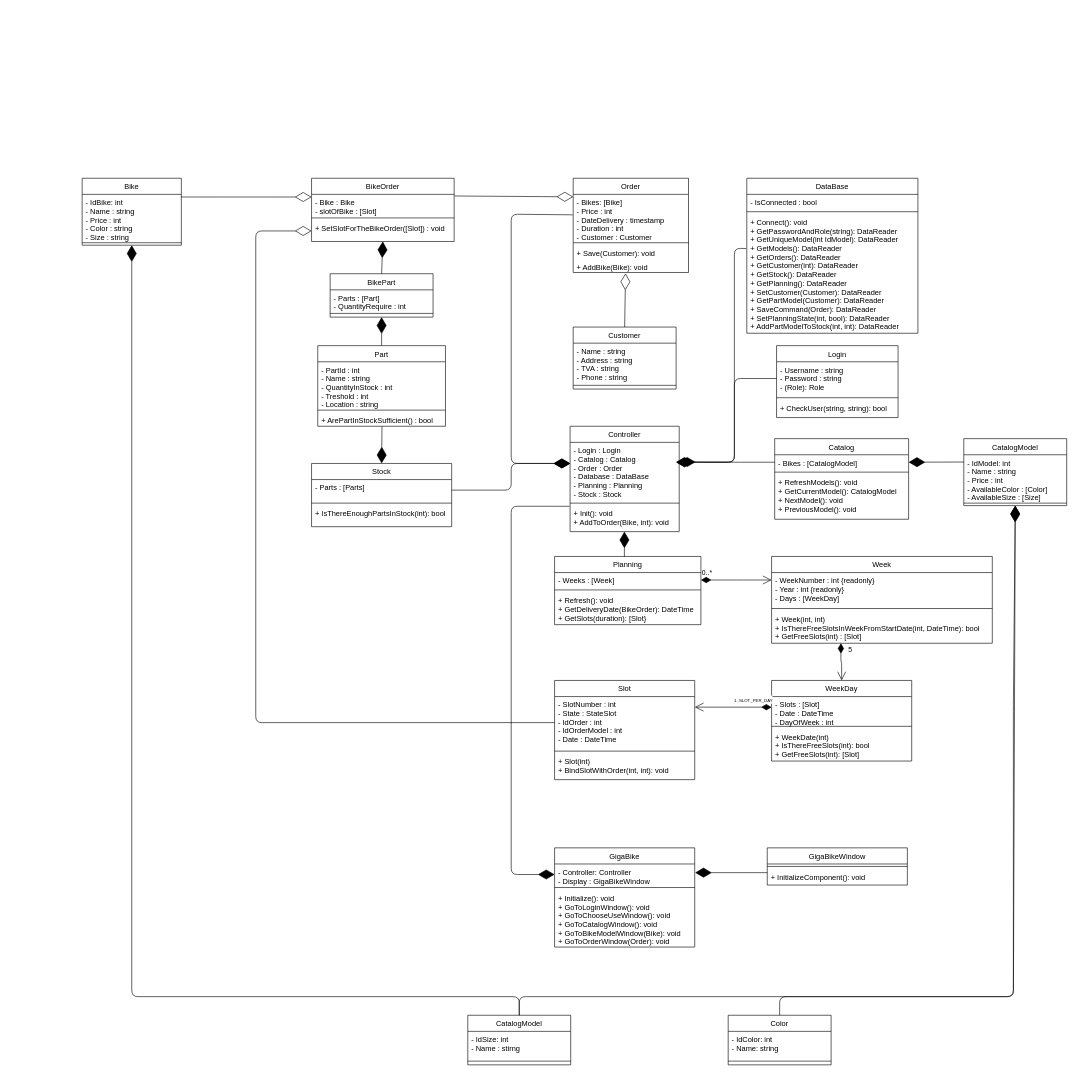
Before: Diagrams/ClassDiagram.drawio in alex210501/GigaBike, a draw.io diagram. Source tidied: cells renumbered, new cells numbered last; positions are measured from the earlier drawing's top-left corner, leaving out a move shared by most shapes. Both pictures are drawn from the tidied source at 62%, with x=0, y=0 at pixel (82, 178).
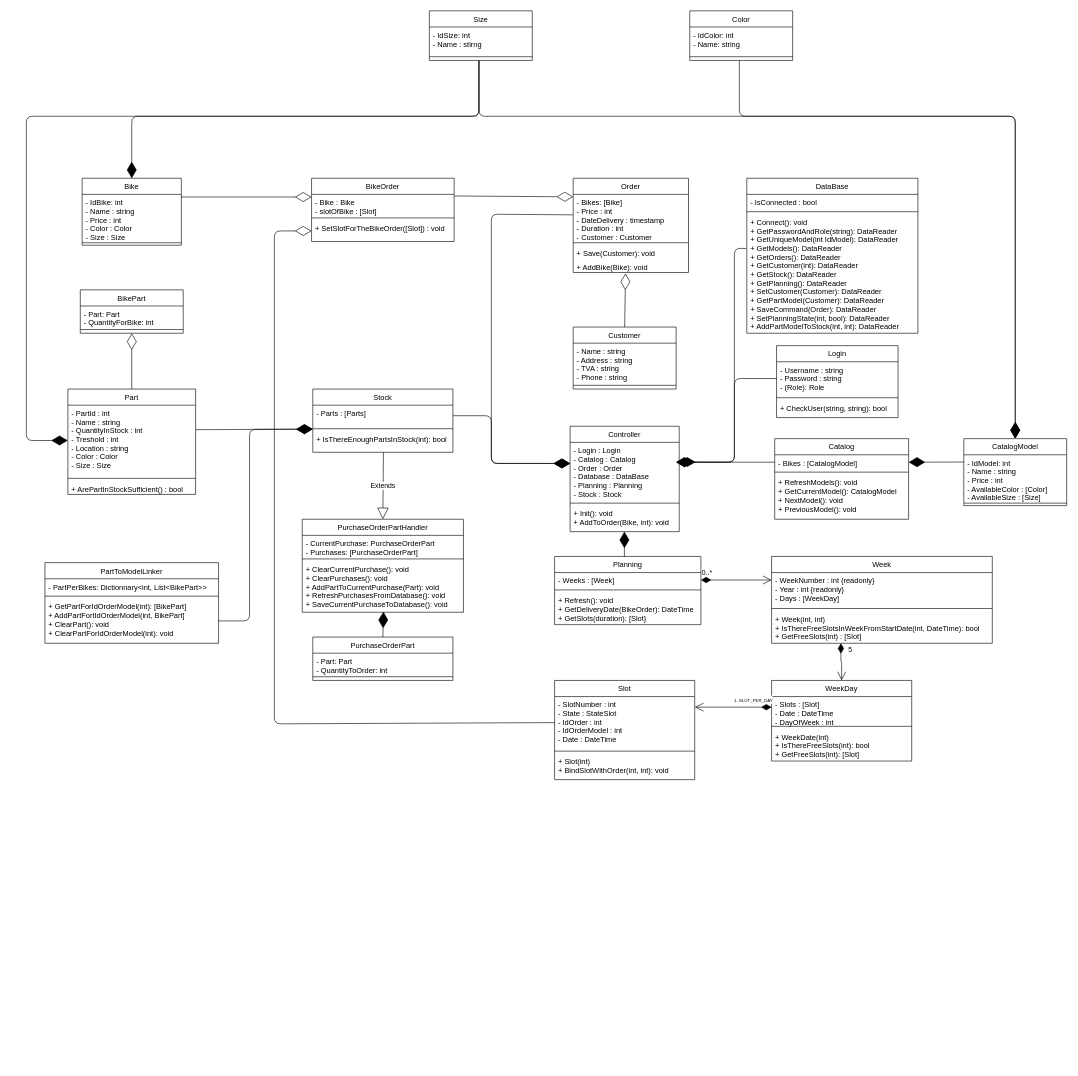
Above is the later version.

Commit message (it also covers changes not shown here):
Add the PartToOrderModelLinker, PurchaseOrderPartHandler, PurchaseOrderPart to the ClassDiagram

The change refers to these unchanged cells:
```xml
<mxCell id="3" value="- Bikes: [Bike]&#10;- Price : int&#10;- DateDelivery : timestamp&#10;- Duration : int&#10;- Customer : Customer" style="text;align=left;verticalAlign=top;spacingLeft=4;spacingRight=4;overflow=hidden;points=[[0,0.5],[1,0.5]];portConstraint=eastwest;" parent="2" vertex="1">
  <mxGeometry y="26" width="186" height="74" as="geometry" />
</mxCell>
<mxCell id="23" value="Bike" style="swimlane;fontStyle=0;align=center;verticalAlign=top;horizontal=1;startSize=26;rounded=0;shadow=0;strokeWidth=1;" parent="1" vertex="1">
  <mxGeometry width="160" height="108" as="geometry" />
</mxCell>
<mxCell id="27" value="- Login : Login&#10;- Catalog : Catalog&#10;- Order : Order&#10;- Database : DataBase&#10;- Planning : Planning&#10;- Stock : Stock" style="text;align=left;verticalAlign=top;spacingLeft=4;spacingRight=4;overflow=hidden;points=[[0,0.5],[1,0.5]];portConstraint=eastwest;" parent="26" vertex="1">
  <mxGeometry y="26" width="176" height="94" as="geometry" />
</mxCell>
<mxCell id="29" value="+ Init(): void&#10;+ AddToOrder(Bike, int): void" style="text;align=left;verticalAlign=top;spacingLeft=4;spacingRight=4;overflow=hidden;points=[[0,0.5],[1,0.5]];portConstraint=eastwest;" parent="26" vertex="1">
  <mxGeometry y="128" width="176" height="42" as="geometry" />
</mxCell>
<mxCell id="48" value="CatalogModel" style="swimlane;fontStyle=0;align=center;verticalAlign=top;horizontal=1;startSize=26;rounded=0;shadow=0;strokeWidth=1;" parent="1" vertex="1">
  <mxGeometry x="1422" y="420" width="166" height="108" as="geometry" />
</mxCell>
<mxCell id="61" value="BikeOrder" style="swimlane;fontStyle=0;align=center;verticalAlign=top;horizontal=1;startSize=26;rounded=0;shadow=0;strokeWidth=1;" parent="1" vertex="1">
  <mxGeometry x="370" width="230" height="102" as="geometry" />
</mxCell>
<mxCell id="64" value="+ SetSlotForTheBikeOrder([Slot]) : void&#10;" style="text;align=left;verticalAlign=top;spacingLeft=4;spacingRight=4;overflow=hidden;points=[[0,0.5],[1,0.5]];portConstraint=eastwest;" parent="61" vertex="1">
  <mxGeometry y="68" width="230" height="34" as="geometry" />
</mxCell>
<mxCell id="75" value="- SlotNumber : int&#10;- State : StateSlot&#10;- IdOrder : int&#10;- IdOrderModel : int&#10;- Date : DateTime" style="text;align=left;verticalAlign=top;spacingLeft=4;spacingRight=4;overflow=hidden;points=[[0,0.5],[1,0.5]];portConstraint=eastwest;" parent="74" vertex="1">
  <mxGeometry y="26" width="226" height="84" as="geometry" />
</mxCell>
<mxCell id="89" value="- Parts : [Parts]" style="text;align=left;verticalAlign=top;spacingLeft=4;spacingRight=4;overflow=hidden;points=[[0,0.5],[1,0.5]];portConstraint=eastwest;" parent="88" vertex="1">
  <mxGeometry y="26" width="226" height="34" as="geometry" />
</mxCell>
<mxCell id="90" style="line;html=1;strokeWidth=1;align=left;verticalAlign=middle;spacingTop=-1;spacingLeft=3;spacingRight=3;labelPosition=right;points=[];portConstraint=eastwest;" parent="88" vertex="1">
  <mxGeometry y="60" width="226" height="8" as="geometry" />
</mxCell>
<mxCell id="91" value="+ IsThereEnoughPartsInStock(int): bool" style="text;align=left;verticalAlign=top;spacingLeft=4;spacingRight=4;overflow=hidden;points=[[0,0.5],[1,0.5]];portConstraint=eastwest;" parent="88" vertex="1">
  <mxGeometry y="68" width="226" height="34" as="geometry" />
</mxCell>
```

Change to the diagram source:
```diff
@@
-    <mxCell id="24" value="- IdBike: int&#10;- Name : string&#10;- Price : int&#10;- Color : string&#10;- Size : string" style="text;align=left;verticalAlign=top;spacingLeft=4;spacingRight=4;overflow=hidden;points=[[0,0.5],[1,0.5]];portConstraint=eastwest;" parent="23" vertex="1">
+    <mxCell id="24" value="- IdBike: int&#10;- Name : string&#10;- Price : int&#10;- Color : Color&#10;- Size : Size" style="text;align=left;verticalAlign=top;spacingLeft=4;spacingRight=4;overflow=hidden;points=[[0,0.5],[1,0.5]];portConstraint=eastwest;" parent="23" vertex="1">
       <mxGeometry y="26" width="160" height="74" as="geometry" />
     </mxCell>
@@
-    <mxCell id="30" value="GigaBike" style="swimlane;fontStyle=0;align=center;verticalAlign=top;horizontal=1;startSize=26;rounded=0;shadow=0;strokeWidth=1;" parent="1" vertex="1">
-      <mxGeometry x="762" y="1080" width="226" height="160" as="geometry" />
-    </mxCell>
-    <mxCell id="31" value="- Controller: Controller&#10;- Display : GigaBikeWindow" style="text;align=left;verticalAlign=top;spacingLeft=4;spacingRight=4;overflow=hidden;points=[[0,0.5],[1,0.5]];portConstraint=eastwest;" parent="30" vertex="1">
-      <mxGeometry y="26" width="226" height="34" as="geometry" />
-    </mxCell>
-    <mxCell id="32" style="line;html=1;strokeWidth=1;align=left;verticalAlign=middle;spacingTop=-1;spacingLeft=3;spacingRight=3;labelPosition=right;" parent="30" vertex="1">
-      <mxGeometry y="60" width="226" height="8" as="geometry" />
-    </mxCell>
-    <mxCell id="33" value="+ Initialize(): void&#10;+ GoToLoginWindow(): void&#10;+ GoToChooseUseWindow(): void&#10;+ GoToCatalogWindow(): void&#10;+ GoToBikeModelWindow(Bike): void&#10;+ GoToOrderWindow(Order): void&#10;" style="text;align=left;verticalAlign=top;spacingLeft=4;spacingRight=4;overflow=hidden;" parent="30" vertex="1">
-      <mxGeometry y="68" width="226" height="92" as="geometry" />
-    </mxCell>
-    <mxCell id="34" value="GigaBikeWindow" style="swimlane;fontStyle=0;align=center;verticalAlign=top;horizontal=1;startSize=26;rounded=0;shadow=0;strokeWidth=1;" parent="1" vertex="1">
-      <mxGeometry x="1105" y="1080" width="226" height="60" as="geometry" />
-    </mxCell>
-    <mxCell id="35" style="line;html=1;strokeWidth=1;align=left;verticalAlign=middle;spacingTop=-1;spacingLeft=3;spacingRight=3;labelPosition=right;" parent="34" vertex="1">
-      <mxGeometry y="26" width="226" height="8" as="geometry" />
-    </mxCell>
-    <mxCell id="36" value="+ InitializeComponent(): void" style="text;align=left;verticalAlign=top;spacingLeft=4;spacingRight=4;overflow=hidden;points=[[0,0.5],[1,0.5]];portConstraint=eastwest;" parent="34" vertex="1">
-      <mxGeometry y="34" width="226" height="26" as="geometry" />
-    </mxCell>
-    <mxCell id="37" style="endArrow=diamondThin;endFill=1;endSize=24;html=1;entryX=1.003;entryY=0.412;entryDx=0;entryDy=0;exitX=0;exitY=0.231;exitDx=0;exitDy=0;exitPerimeter=0;entryPerimeter=0;" parent="1" edge="1" source="36" target="31">
-      <mxGeometry relative="1" as="geometry" />
-    </mxCell>
@@
     <mxCell id="41" style="endArrow=diamondThin;endFill=1;endSize=24;html=1;exitX=-0.004;exitY=0.446;exitDx=0;exitDy=0;exitPerimeter=0;" parent="1" edge="1" source="3">
       <mxGeometry relative="1" as="geometry">
         <mxPoint x="787" y="460" as="targetPoint" />
         <Array as="points">
-          <mxPoint x="692" y="58" />
-          <mxPoint x="692" y="460" />
+          <mxPoint x="660" y="58" />
+          <mxPoint x="660" y="460" />
         </Array>
       </mxGeometry>
     </mxCell>
@@
-    <mxCell id="47" style="endArrow=diamondThin;endFill=1;endSize=24;html=1;exitX=-0.005;exitY=0.026;exitDx=0;exitDy=0;entryX=0;entryY=0.5;entryDx=0;entryDy=0;exitPerimeter=0;" parent="1" edge="1" source="29" target="31">
-      <mxGeometry relative="1" as="geometry">
-        <Array as="points">
-          <mxPoint x="692" y="529" />
-          <mxPoint x="692" y="1123" />
-        </Array>
-      </mxGeometry>
-    </mxCell>
@@
-    <mxCell id="52" value="CatalogModel" style="swimlane;fontStyle=0;align=center;verticalAlign=top;horizontal=1;startSize=26;rounded=0;shadow=0;strokeWidth=1;" parent="1" vertex="1">
-      <mxGeometry x="622" y="1350" width="166" height="80" as="geometry" />
+    <mxCell id="52" value="Size" style="swimlane;fontStyle=0;align=center;verticalAlign=top;horizontal=1;startSize=26;rounded=0;shadow=0;strokeWidth=1;" parent="1" vertex="1">
+      <mxGeometry x="560" y="-270" width="166" height="80" as="geometry" />
     </mxCell>
@@
     <mxCell id="55" value="Color" style="swimlane;fontStyle=0;align=center;verticalAlign=top;horizontal=1;startSize=26;rounded=0;shadow=0;strokeWidth=1;" parent="1" vertex="1">
-      <mxGeometry x="1042" y="1350" width="166" height="80" as="geometry" />
+      <mxGeometry x="980" y="-270" width="166" height="80" as="geometry" />
     </mxCell>
@@
-    <mxCell id="58" style="endArrow=diamondThin;endFill=1;endSize=24;html=1;entryX=0.5;entryY=1;entryDx=0;entryDy=0;exitX=0.5;exitY=0;exitDx=0;exitDy=0;" parent="1" edge="1" source="55" target="48">
+    <mxCell id="58" style="endArrow=diamondThin;endFill=1;endSize=24;html=1;entryX=0.5;entryY=0;entryDx=0;entryDy=0;" parent="1" edge="1" target="48">
       <mxGeometry relative="1" as="geometry">
+        <mxPoint x="1060" y="-190" as="sourcePoint" />
         <Array as="points">
-          <mxPoint x="1125" y="1320" />
-          <mxPoint x="1502" y="1320" />
-          <mxPoint x="1502" y="850" />
+          <mxPoint x="1060" y="-100" />
+          <mxPoint x="1505" y="-100" />
         </Array>
       </mxGeometry>
     </mxCell>
-    <mxCell id="59" style="endArrow=diamondThin;endFill=1;endSize=24;html=1;exitX=0.5;exitY=0;exitDx=0;exitDy=0;entryX=0.5;entryY=1;entryDx=0;entryDy=0;" parent="1" edge="1" source="52" target="48">
+    <mxCell id="59" style="endArrow=diamondThin;endFill=1;endSize=24;html=1;entryX=0.5;entryY=0;entryDx=0;entryDy=0;" parent="1" edge="1" target="48">
       <mxGeometry relative="1" as="geometry">
+        <mxPoint x="640" y="-190" as="sourcePoint" />
         <Array as="points">
-          <mxPoint x="705" y="1320" />
-          <mxPoint x="1502" y="1320" />
+          <mxPoint x="640" y="-100" />
+          <mxPoint x="1505" y="-100" />
         </Array>
       </mxGeometry>
     </mxCell>
-    <mxCell id="60" style="endArrow=diamondThin;endFill=1;endSize=24;html=1;entryX=0.5;entryY=1;entryDx=0;entryDy=0;exitX=0.5;exitY=0;exitDx=0;exitDy=0;" parent="1" edge="1" source="52" target="23">
+    <mxCell id="60" style="endArrow=diamondThin;endFill=1;endSize=24;html=1;entryX=0.5;entryY=0;entryDx=0;entryDy=0;" parent="1" edge="1" target="23">
       <mxGeometry relative="1" as="geometry">
+        <mxPoint x="640" y="-190" as="sourcePoint" />
         <Array as="points">
-          <mxPoint x="705" y="1320" />
-          <mxPoint x="80" y="1320" />
+          <mxPoint x="640" y="-100" />
+          <mxPoint x="80" y="-100" />
         </Array>
       </mxGeometry>
     </mxCell>
@@
     <mxCell id="81" value="BikePart" style="swimlane;fontStyle=0;align=center;verticalAlign=top;horizontal=1;startSize=26;rounded=0;shadow=0;strokeWidth=1;" parent="1" vertex="1">
-      <mxGeometry x="400" y="154" width="166" height="70" as="geometry" />
+      <mxGeometry x="-3" y="180" width="166" height="70" as="geometry" />
     </mxCell>
-    <mxCell id="82" value="- Parts : [Part]&#10;- QuantityRequire : int" style="text;align=left;verticalAlign=top;spacingLeft=4;spacingRight=4;overflow=hidden;" parent="81" vertex="1">
+    <mxCell id="82" value="- Part: Part&#10;- QuantityForBike: int" style="text;align=left;verticalAlign=top;spacingLeft=4;spacingRight=4;overflow=hidden;" parent="81" vertex="1">
       <mxGeometry y="26" width="166" height="34" as="geometry" />
     </mxCell>
@@
     <mxCell id="84" value="Part" style="swimlane;fontStyle=0;align=center;verticalAlign=top;horizontal=1;startSize=26;rounded=0;shadow=0;strokeWidth=1;" parent="1" vertex="1">
-      <mxGeometry x="380" y="270" width="206" height="130" as="geometry" />
+      <mxGeometry x="-23" y="340" width="206" height="170" as="geometry" />
     </mxCell>
-    <mxCell id="85" value="- PartId : int&#10;- Name : string&#10;- QuantityInStock : int&#10;- Treshold : int&#10;- Location : string" style="text;align=left;verticalAlign=top;spacingLeft=4;spacingRight=4;overflow=hidden;points=[[0,0.5],[1,0.5]];portConstraint=eastwest;" parent="84" vertex="1">
-      <mxGeometry y="26" width="206" height="74" as="geometry" />
+    <mxCell id="85" value="- PartId : int&#10;- Name : string&#10;- QuantityInStock : int&#10;- Treshold : int&#10;- Location : string&#10;- Color : Color&#10;- Size : Size" style="text;align=left;verticalAlign=top;spacingLeft=4;spacingRight=4;overflow=hidden;points=[[0,0.5],[1,0.5]];portConstraint=eastwest;" parent="84" vertex="1">
+      <mxGeometry y="26" width="206" height="114" as="geometry" />
     </mxCell>
     <mxCell id="86" style="line;html=1;strokeWidth=1;align=left;verticalAlign=middle;spacingTop=-1;spacingLeft=3;spacingRight=3;labelPosition=right;" parent="84" vertex="1">
-      <mxGeometry y="100" width="206" height="8" as="geometry" />
+      <mxGeometry y="140" width="206" height="8" as="geometry" />
     </mxCell>
     <mxCell id="87" value="+ ArePartInStockSufficient() : bool" style="text;align=left;verticalAlign=top;spacingLeft=4;spacingRight=4;overflow=hidden;points=[[0,0.5],[1,0.5]];portConstraint=eastwest;" parent="84" vertex="1">
-      <mxGeometry y="108" width="206" height="22" as="geometry" />
+      <mxGeometry y="148" width="206" height="22" as="geometry" />
     </mxCell>
     <mxCell id="88" value="Stock" style="swimlane;fontStyle=0;align=center;verticalAlign=top;horizontal=1;startSize=26;rounded=0;shadow=0;strokeWidth=1;" parent="1" vertex="1">
-      <mxGeometry x="370" y="460" width="226" height="102" as="geometry" />
+      <mxGeometry x="372" y="340" width="226" height="102" as="geometry" />
     </mxCell>
@@
-    <mxCell id="92" style="endArrow=diamondThin;endFill=1;endSize=24;html=1;exitX=0.5;exitY=0;exitDx=0;exitDy=0;entryX=0.5;entryY=1;entryDx=0;entryDy=0;" parent="1" edge="1" source="81" target="61">
-      <mxGeometry relative="1" as="geometry" />
-    </mxCell>
-    <mxCell id="93" style="endArrow=diamondThin;endFill=1;endSize=24;html=1;exitX=0.5;exitY=0;exitDx=0;exitDy=0;entryX=0.5;entryY=1;entryDx=0;entryDy=0;" parent="1" edge="1" source="84" target="81">
-      <mxGeometry relative="1" as="geometry" />
-    </mxCell>
-    <mxCell id="94" style="endArrow=diamondThin;endFill=1;endSize=24;html=1;exitX=0.503;exitY=1.003;exitDx=0;exitDy=0;exitPerimeter=0;entryX=0.5;entryY=0;entryDx=0;entryDy=0;" parent="1" edge="1" source="87" target="88">
+    <mxCell id="94" style="endArrow=diamondThin;endFill=1;endSize=24;html=1;exitX=1.002;exitY=0.347;exitDx=0;exitDy=0;exitPerimeter=0;" parent="1" edge="1" source="85" target="90">
       <mxGeometry relative="1" as="geometry" />
     </mxCell>
     <mxCell id="95" style="endArrow=diamondThin;endFill=1;endSize=24;html=1;entryX=0.003;entryY=0.362;entryDx=0;entryDy=0;entryPerimeter=0;exitX=1;exitY=0.5;exitDx=0;exitDy=0;" parent="1" edge="1" source="89" target="27">
       <mxGeometry relative="1" as="geometry">
         <Array as="points">
-          <mxPoint x="692" y="503" />
-          <mxPoint x="692" y="460" />
+          <mxPoint x="660" y="383" />
+          <mxPoint x="660" y="460" />
         </Array>
       </mxGeometry>
     </mxCell>
@@
     <mxCell id="97" style="endArrow=diamondThin;endFill=0;endSize=24;html=1;exitX=0;exitY=0.5;exitDx=0;exitDy=0;entryX=0;entryY=0.5;entryDx=0;entryDy=0;" parent="1" edge="1" source="75" target="64">
       <mxGeometry relative="1" as="geometry">
         <Array as="points">
-          <mxPoint x="280" y="878" />
-          <mxPoint x="280" y="85" />
+          <mxPoint x="310" y="880" />
+          <mxPoint x="310" y="85" />
         </Array>
       </mxGeometry>
     </mxCell>
+    <mxCell id="98" value="PurchaseOrderPartHandler" style="swimlane;fontStyle=0;align=center;verticalAlign=top;horizontal=1;startSize=26;rounded=0;shadow=0;strokeWidth=1;" parent="1" vertex="1">
+      <mxGeometry x="355" y="550" width="260" height="150" as="geometry" />
+    </mxCell>
+    <mxCell id="99" value="- CurrentPurchase: PurchaseOrderPart&#10;- Purchases: [PurchaseOrderPart]" style="text;align=left;verticalAlign=top;spacingLeft=4;spacingRight=4;overflow=hidden;" parent="98" vertex="1">
+      <mxGeometry y="26" width="260" height="34" as="geometry" />
+    </mxCell>
+    <mxCell id="100" style="line;html=1;strokeWidth=1;align=left;verticalAlign=middle;spacingTop=-1;spacingLeft=3;spacingRight=3;labelPosition=right;" parent="98" vertex="1">
+      <mxGeometry y="60" width="260" height="8" as="geometry" />
+    </mxCell>
+    <mxCell id="101" value="+ ClearCurrentPurchase(): void&#10;+ ClearPurchases(): void&#10;+ AddPartToCurrentPurchase(Part): void&#10;+ RefreshPurchasesFromDatabase(): void&#10;+ SaveCurrentPurchaseToDatabase(): void" style="text;align=left;verticalAlign=top;spacingLeft=4;spacingRight=4;overflow=hidden;" parent="98" vertex="1">
+      <mxGeometry y="68" width="260" height="82" as="geometry" />
+    </mxCell>
+    <mxCell id="102" value="Extends" style="endArrow=block;endSize=16;endFill=0;html=1;exitX=0.504;exitY=1;exitDx=0;exitDy=0;entryX=0.5;entryY=0;entryDx=0;entryDy=0;exitPerimeter=0;" parent="1" edge="1" source="91" target="98">
+      <mxGeometry relative="1" as="geometry" />
+    </mxCell>
+    <mxCell id="103" value="PurchaseOrderPart" style="swimlane;fontStyle=0;align=center;verticalAlign=top;horizontal=1;startSize=26;rounded=0;shadow=0;strokeWidth=1;" parent="1" vertex="1">
+      <mxGeometry x="372" y="740" width="226" height="70" as="geometry" />
+    </mxCell>
+    <mxCell id="104" value="- Part: Part&#10;- QuantityToOrder: int" style="text;align=left;verticalAlign=top;spacingLeft=4;spacingRight=4;overflow=hidden;" parent="103" vertex="1">
+      <mxGeometry y="26" width="226" height="34" as="geometry" />
+    </mxCell>
+    <mxCell id="32" style="line;html=1;strokeWidth=1;align=left;verticalAlign=middle;spacingTop=-1;spacingLeft=3;spacingRight=3;labelPosition=right;" parent="103" vertex="1">
+      <mxGeometry y="60" width="226" height="8" as="geometry" />
+    </mxCell>
+    <mxCell id="105" style="endArrow=diamondThin;endFill=1;endSize=24;html=1;exitX=0.5;exitY=0;exitDx=0;exitDy=0;" parent="1" edge="1" source="103">
+      <mxGeometry relative="1" as="geometry">
+        <mxPoint x="486" y="699" as="targetPoint" />
+      </mxGeometry>
+    </mxCell>
+    <mxCell id="106" style="endArrow=diamondThin;endFill=1;endSize=24;html=1;entryX=0;entryY=0.5;entryDx=0;entryDy=0;" parent="1" edge="1" target="85">
+      <mxGeometry relative="1" as="geometry">
+        <mxPoint x="640" y="-190" as="sourcePoint" />
+        <Array as="points">
+          <mxPoint x="640" y="-100" />
+          <mxPoint x="-90" y="-100" />
+          <mxPoint x="-90" y="423" />
+        </Array>
+      </mxGeometry>
+    </mxCell>
+    <mxCell id="93" style="endArrow=diamondThin;endFill=0;endSize=24;html=1;exitX=0.5;exitY=0;exitDx=0;exitDy=0;entryX=0.5;entryY=1;entryDx=0;entryDy=0;" parent="1" edge="1" source="84" target="81">
+      <mxGeometry relative="1" as="geometry" />
+    </mxCell>
+    <mxCell id="107" value="PartToModelLinker" style="swimlane;fontStyle=0;align=center;verticalAlign=top;horizontal=1;startSize=26;rounded=0;shadow=0;strokeWidth=1;" parent="1" vertex="1">
+      <mxGeometry x="-60" y="620" width="280" height="130" as="geometry" />
+    </mxCell>
+    <mxCell id="108" value="- PartPerBikes: Dictionnary&lt;int, List&lt;BikePart&gt;&gt;" style="text;align=left;verticalAlign=top;spacingLeft=4;spacingRight=4;overflow=hidden;" parent="107" vertex="1">
+      <mxGeometry y="26" width="280" height="24" as="geometry" />
+    </mxCell>
+    <mxCell id="109" style="line;html=1;strokeWidth=1;align=left;verticalAlign=middle;spacingTop=-1;spacingLeft=3;spacingRight=3;labelPosition=right;" parent="107" vertex="1">
+      <mxGeometry y="50" width="280" height="8" as="geometry" />
+    </mxCell>
+    <mxCell id="110" value="+ GetPartForIdOrderModel(int): [BikePart]&#10;+ AddPartFortIdOrderModel(int, BikePart]&#10;+ ClearPart(): void&#10;+ ClearPartForIdOrderModel(int): void" style="text;align=left;verticalAlign=top;spacingLeft=4;spacingRight=4;overflow=hidden;points=[[0,0.5],[1,0.5]];portConstraint=eastwest;" parent="107" vertex="1">
+      <mxGeometry y="58" width="280" height="72" as="geometry" />
+    </mxCell>
+    <mxCell id="111" style="endArrow=diamondThin;endFill=1;endSize=24;html=1;exitX=1;exitY=0.5;exitDx=0;exitDy=0;entryX=0;entryY=0.596;entryDx=0;entryDy=0;entryPerimeter=0;" parent="1" edge="1" source="110" target="90">
+      <mxGeometry relative="1" as="geometry">
+        <Array as="points">
+          <mxPoint x="270" y="714" />
+          <mxPoint x="270" y="405" />
+        </Array>
+      </mxGeometry>
+    </mxCell>
```
